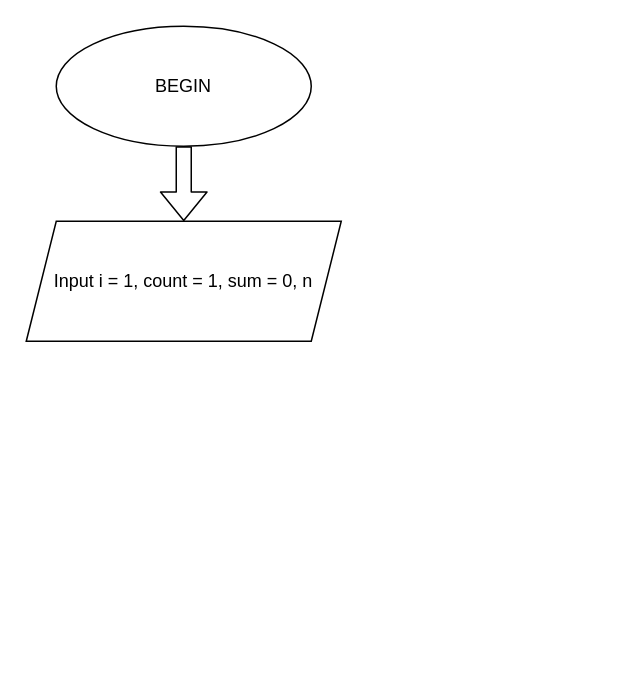
Above: Untitled Diagram.drawio in giaythuytinh176/Flowchart (draw.io), before the change. Source tidied: cells renumbered, new cells numbered last; positions are measured from the earlier drawing's top-left corner, leaving out a move shared by most shapes. Both pictures are drawn from the tidied source at 150%, with x=0, y=0 at pixel (26, 26).
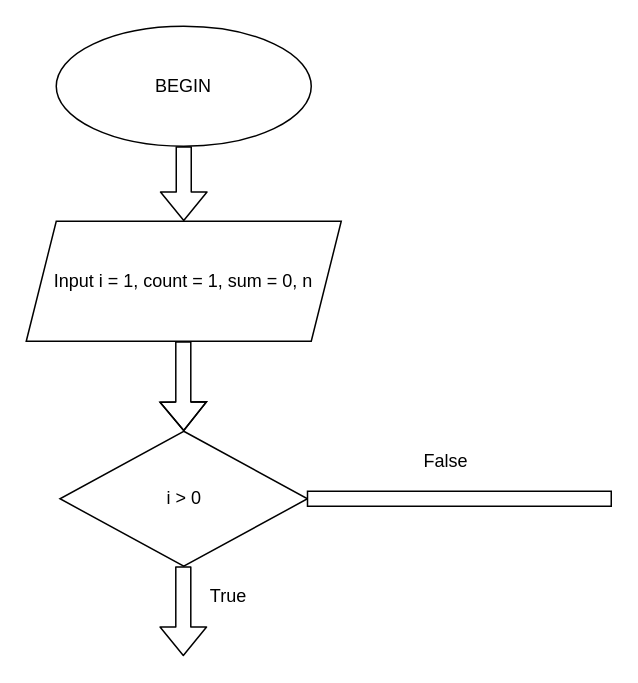
Above is the later version.

Commit message:
tong n so chia het cho 3.drawio

Diff of the diagram source:
```diff
@@
 <mxGraphModel>
   <root>
     <mxCell id="0" />
     <mxCell id="1" parent="0" />
     <mxCell id="2" value="BEGIN" style="ellipse;whiteSpace=wrap;html=1;" parent="1" vertex="1">
       <mxGeometry x="20" width="170" height="80" as="geometry" />
     </mxCell>
     <mxCell id="3" style="shape=flexArrow;endArrow=classic;html=1;exitX=0.5;exitY=1;exitDx=0;exitDy=0;" parent="1" edge="1" source="2">
       <mxGeometry relative="1" as="geometry">
         <mxPoint x="105" y="130" as="targetPoint" />
       </mxGeometry>
     </mxCell>
     <mxCell id="4" value="Input i = 1, count = 1, sum = 0, n" style="shape=parallelogram;perimeter=parallelogramPerimeter;whiteSpace=wrap;html=1;fixedSize=1;" parent="1" vertex="1">
       <mxGeometry y="130" width="210" height="80" as="geometry" />
     </mxCell>
+    <mxCell id="5" value="i &amp;gt; 0" style="rhombus;whiteSpace=wrap;html=1;" parent="1" vertex="1">
+      <mxGeometry x="22.5" y="270" width="165" height="90" as="geometry" />
+    </mxCell>
+    <mxCell id="6" style="shape=flexArrow;endArrow=classic;html=1;" parent="1" edge="1">
+      <mxGeometry relative="1" as="geometry">
+        <mxPoint x="104.7" y="210" as="sourcePoint" />
+        <mxPoint x="105" y="270" as="targetPoint" />
+        <Array as="points">
+          <mxPoint x="104.7" y="250" />
+        </Array>
+      </mxGeometry>
+    </mxCell>
+    <mxCell id="7" style="shape=flexArrow;endArrow=classic;html=1;" parent="1" edge="1">
+      <mxGeometry relative="1" as="geometry">
+        <mxPoint x="104.7" y="360" as="sourcePoint" />
+        <mxPoint x="104.7" y="420" as="targetPoint" />
+      </mxGeometry>
+    </mxCell>
+    <mxCell id="8" value="True" style="text;html=1;strokeColor=none;fillColor=none;align=center;verticalAlign=middle;whiteSpace=wrap;rounded=0;" parent="1" vertex="1">
+      <mxGeometry x="115" y="370" width="40" height="20" as="geometry" />
+    </mxCell>
+    <mxCell id="9" style="rounded=0;whiteSpace=wrap;html=1;" parent="1" vertex="1">
+      <mxGeometry x="187.5" y="310" width="202.5" height="10" as="geometry" />
+    </mxCell>
+    <mxCell id="10" value="False" style="text;html=1;strokeColor=none;fillColor=none;align=center;verticalAlign=middle;whiteSpace=wrap;rounded=0;" parent="1" vertex="1">
+      <mxGeometry x="260" y="280" width="40" height="20" as="geometry" />
+    </mxCell>
   </root>
 </mxGraphModel>
```
